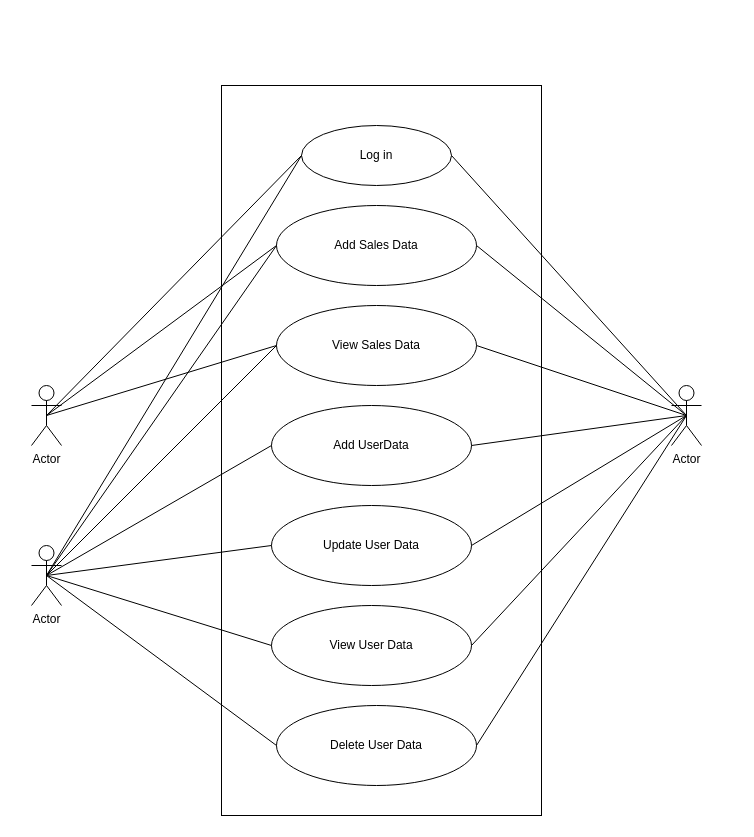
Before: UserDigram.drawio in Dulanjana99/Hw-Dulanjana, a draw.io diagram. Source tidied: cells renumbered, new cells numbered last; positions are measured from the earlier drawing's top-left corner, leaving out a move shared by most shapes. Both pictures are drawn from the tidied source at 100%, with x=0, y=0 at pixel (31, 85).
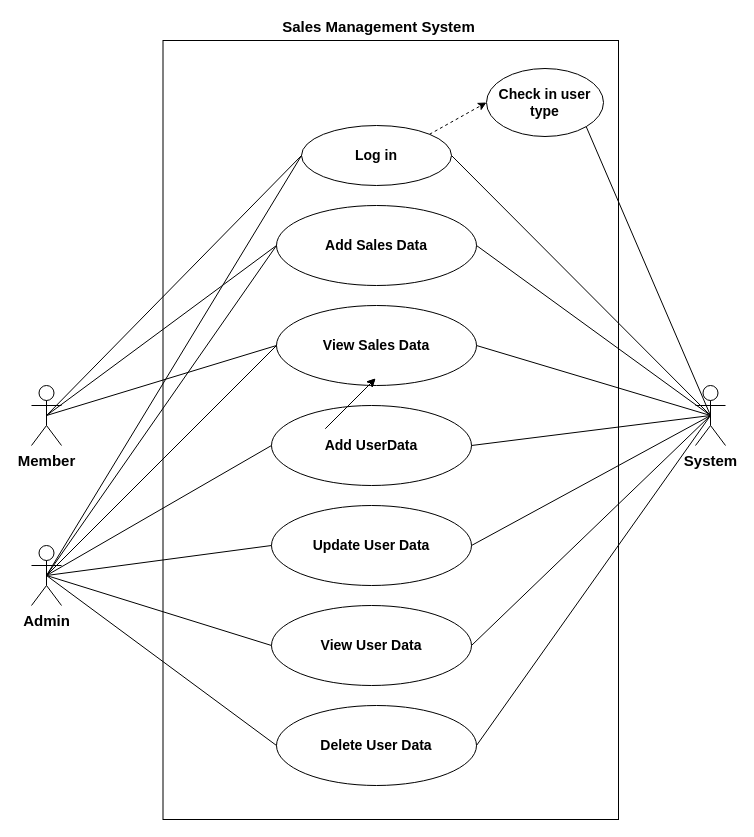
The same diagram, later.

What changed in the source:
```diff
@@
     <mxCell id="2" style="rounded=0;whiteSpace=wrap;html=1;" parent="1" vertex="1">
-      <mxGeometry x="190" width="320" height="730" as="geometry" />
+      <mxGeometry x="131.5" y="-45" width="455.5" height="779" as="geometry" />
     </mxCell>
-    <mxCell id="3" value="Actor" style="shape=umlActor;verticalLabelPosition=bottom;verticalAlign=top;html=1;outlineConnect=0;" parent="1" vertex="1">
+    <mxCell id="3" value="&lt;span style=&quot;font-size: 15px&quot;&gt;&lt;b&gt;Member&lt;/b&gt;&lt;/span&gt;" style="shape=umlActor;verticalLabelPosition=bottom;verticalAlign=top;html=1;outlineConnect=0;" parent="1" vertex="1">
       <mxGeometry y="300" width="30" height="60" as="geometry" />
     </mxCell>
-    <mxCell id="4" value="Actor" style="shape=umlActor;verticalLabelPosition=bottom;verticalAlign=top;html=1;outlineConnect=0;" parent="1" vertex="1">
+    <mxCell id="4" value="&lt;b&gt;&lt;font style=&quot;font-size: 15px&quot;&gt;Admin&lt;/font&gt;&lt;/b&gt;" style="shape=umlActor;verticalLabelPosition=bottom;verticalAlign=top;html=1;outlineConnect=0;" parent="1" vertex="1">
       <mxGeometry y="460" width="30" height="60" as="geometry" />
     </mxCell>
-    <mxCell id="5" value="Actor" style="shape=umlActor;verticalLabelPosition=bottom;verticalAlign=top;html=1;outlineConnect=0;" parent="1" vertex="1">
-      <mxGeometry x="640" y="300" width="30" height="60" as="geometry" />
+    <mxCell id="5" value="&lt;font style=&quot;font-size: 15px&quot;&gt;&lt;b&gt;System&lt;/b&gt;&lt;/font&gt;" style="shape=umlActor;verticalLabelPosition=bottom;verticalAlign=top;html=1;outlineConnect=0;" parent="1" vertex="1">
+      <mxGeometry x="664" y="300" width="30" height="60" as="geometry" />
     </mxCell>
-    <mxCell id="6" value="Log in" style="ellipse;whiteSpace=wrap;html=1;" parent="1" vertex="1">
+    <mxCell id="6" value="&lt;b&gt;&lt;font style=&quot;font-size: 14px&quot;&gt;Log in&lt;/font&gt;&lt;/b&gt;" style="ellipse;whiteSpace=wrap;html=1;" parent="1" vertex="1">
       <mxGeometry x="270" y="40" width="150" height="60" as="geometry" />
     </mxCell>
-    <mxCell id="7" value="Add Sales Data" style="ellipse;whiteSpace=wrap;html=1;" parent="1" vertex="1">
+    <mxCell id="7" value="&lt;font style=&quot;font-size: 14px&quot;&gt;&lt;b&gt;Add Sales Data&lt;/b&gt;&lt;/font&gt;" style="ellipse;whiteSpace=wrap;html=1;" parent="1" vertex="1">
       <mxGeometry x="245" y="120" width="200" height="80" as="geometry" />
     </mxCell>
-    <mxCell id="8" value="View Sales Data" style="ellipse;whiteSpace=wrap;html=1;" parent="1" vertex="1">
+    <mxCell id="8" value="&lt;font style=&quot;font-size: 14px&quot;&gt;&lt;b&gt;View Sales Data&lt;/b&gt;&lt;/font&gt;" style="ellipse;whiteSpace=wrap;html=1;" parent="1" vertex="1">
       <mxGeometry x="245" y="220" width="200" height="80" as="geometry" />
     </mxCell>
-    <mxCell id="9" value="Add UserData" style="ellipse;whiteSpace=wrap;html=1;" parent="1" vertex="1">
+    <mxCell id="9" value="&lt;b&gt;&lt;font style=&quot;font-size: 14px&quot;&gt;Add UserData&lt;/font&gt;&lt;/b&gt;" style="ellipse;whiteSpace=wrap;html=1;" parent="1" vertex="1">
       <mxGeometry x="240" y="320" width="200" height="80" as="geometry" />
     </mxCell>
-    <mxCell id="10" value="Update User Data" style="ellipse;whiteSpace=wrap;html=1;" parent="1" vertex="1">
+    <mxCell id="10" value="&lt;b&gt;&lt;font style=&quot;font-size: 14px&quot;&gt;Update User Data&lt;/font&gt;&lt;/b&gt;" style="ellipse;whiteSpace=wrap;html=1;" parent="1" vertex="1">
       <mxGeometry x="240" y="420" width="200" height="80" as="geometry" />
     </mxCell>
-    <mxCell id="11" value="View User Data" style="ellipse;whiteSpace=wrap;html=1;" parent="1" vertex="1">
+    <mxCell id="11" value="&lt;font style=&quot;font-size: 14px&quot;&gt;&lt;b&gt;View User Data&lt;/b&gt;&lt;/font&gt;" style="ellipse;whiteSpace=wrap;html=1;" parent="1" vertex="1">
       <mxGeometry x="240" y="520" width="200" height="80" as="geometry" />
     </mxCell>
-    <mxCell id="12" value="Delete User Data" style="ellipse;whiteSpace=wrap;html=1;" parent="1" vertex="1">
+    <mxCell id="12" value="&lt;font style=&quot;font-size: 14px&quot;&gt;&lt;b&gt;Delete User Data&lt;/b&gt;&lt;/font&gt;" style="ellipse;whiteSpace=wrap;html=1;" parent="1" vertex="1">
       <mxGeometry x="245" y="620" width="200" height="80" as="geometry" />
     </mxCell>
@@
+    <mxCell id="30" value="&lt;b&gt;&lt;font style=&quot;font-size: 14px&quot;&gt;Check in user type&lt;/font&gt;&lt;/b&gt;" style="ellipse;whiteSpace=wrap;html=1;" parent="1" vertex="1">
+      <mxGeometry x="455" y="-17" width="117" height="68" as="geometry" />
+    </mxCell>
+    <mxCell id="31" value="&lt;b&gt;&lt;font style=&quot;font-size: 15px&quot;&gt;Sales Management System&lt;/font&gt;&lt;/b&gt;" style="text;html=1;align=center;verticalAlign=middle;" parent="1" vertex="1">
+      <mxGeometry x="245" y="-68" width="203" height="18" as="geometry" />
+    </mxCell>
+    <mxCell id="32" style="endArrow=classic;html=1;" parent="1" edge="1">
+      <mxGeometry relative="1" as="geometry">
+        <mxPoint x="294" y="343" as="sourcePoint" />
+        <mxPoint x="344" y="293" as="targetPoint" />
+      </mxGeometry>
+    </mxCell>
+    <mxCell id="33" style="endArrow=classic;html=1;" parent="1" edge="1">
+      <mxGeometry relative="1" as="geometry">
+        <mxPoint x="294" y="343" as="sourcePoint" />
+        <mxPoint x="344" y="293" as="targetPoint" />
+      </mxGeometry>
+    </mxCell>
+    <mxCell id="34" style="endArrow=classic;html=1;entryX=0;entryY=0.5;entryDx=0;entryDy=0;exitX=1;exitY=0;exitDx=0;exitDy=0;dashed=1;" parent="1" edge="1" source="6" target="30">
+      <mxGeometry relative="1" as="geometry" />
+    </mxCell>
+    <mxCell id="35" style="endArrow=none;html=1;entryX=1;entryY=1;entryDx=0;entryDy=0;exitX=0.5;exitY=0.5;exitDx=0;exitDy=0;exitPerimeter=0;" parent="1" edge="1" source="5" target="30">
+      <mxGeometry relative="1" as="geometry" />
+    </mxCell>
```
